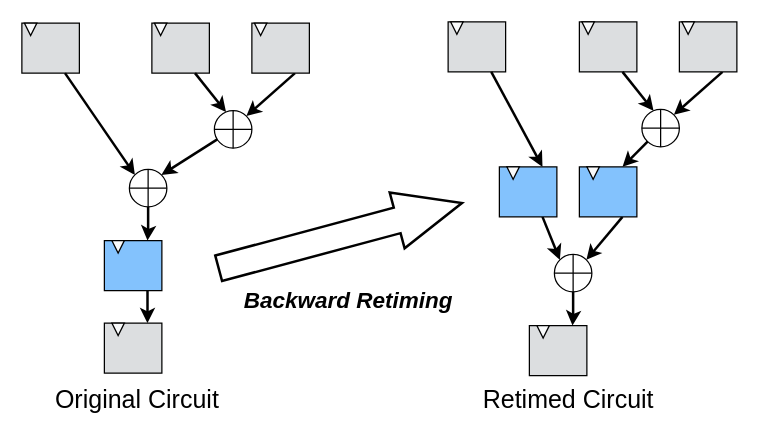
Before: backward.drawio in kxzhu0505/PhysRetime, a draw.io diagram. Source tidied: cells renumbered, new cells numbered last; positions are measured from the earlier drawing's top-left corner, leaving out a move shared by most shapes. Both pictures are drawn from the tidied source at 125%, with x=0, y=0 at pixel (22, 18).
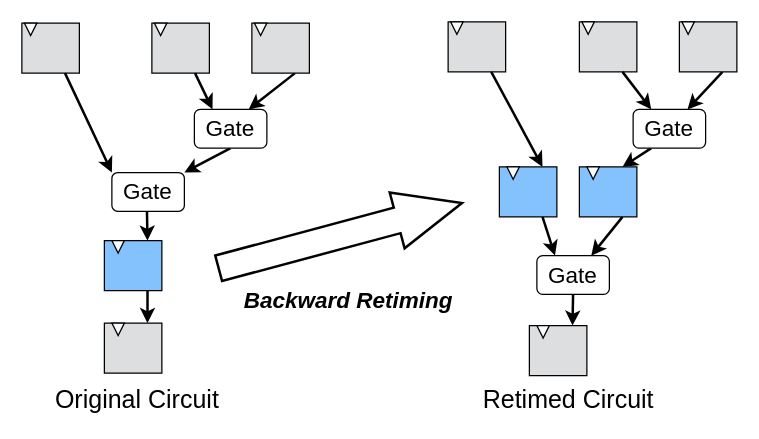
Above is the later version.

Unchanged cells that the change refers to:
```xml
<mxCell id="4" style="rounded=0;whiteSpace=wrap;html=1;fillColor=light-dark(#dcdee0, #121212);rotation=90;" parent="1" vertex="1">
  <mxGeometry x="186" y="1" width="40" height="46" as="geometry" />
</mxCell>
<mxCell id="6" style="rounded=0;whiteSpace=wrap;html=1;fillColor=light-dark(#dcdee0, #121212);rotation=90;" parent="1" vertex="1">
  <mxGeometry x="106" y="1" width="40" height="46" as="geometry" />
</mxCell>
<mxCell id="8" style="rounded=0;whiteSpace=wrap;html=1;fillColor=light-dark(#dcdee0, #121212);rotation=90;" parent="1" vertex="1">
  <mxGeometry x="2" y="1" width="40" height="46" as="geometry" />
</mxCell>
<mxCell id="17" style="rounded=0;whiteSpace=wrap;html=1;fillColor=light-dark(#83c2fd, #121212);rotation=90;" parent="1" vertex="1">
  <mxGeometry x="68" y="175" width="40" height="46" as="geometry" />
</mxCell>
<mxCell id="22" style="rounded=0;whiteSpace=wrap;html=1;fillColor=light-dark(#dcdee0, #121212);rotation=90;" parent="1" vertex="1">
  <mxGeometry x="528" width="40" height="46" as="geometry" />
</mxCell>
<mxCell id="24" style="rounded=0;whiteSpace=wrap;html=1;fillColor=light-dark(#dcdee0, #121212);rotation=90;" parent="1" vertex="1">
  <mxGeometry x="448" width="40" height="46" as="geometry" />
</mxCell>
<mxCell id="34" style="rounded=0;whiteSpace=wrap;html=1;fillColor=light-dark(#dcdee0, #121212);rotation=90;" parent="1" vertex="1">
  <mxGeometry x="408" y="243" width="40" height="46" as="geometry" />
</mxCell>
<mxCell id="37" style="rounded=0;whiteSpace=wrap;html=1;fillColor=light-dark(#83c2fd, #121212);rotation=90;" parent="1" vertex="1">
  <mxGeometry x="448" y="116" width="40" height="46" as="geometry" />
</mxCell>
<mxCell id="40" style="rounded=0;whiteSpace=wrap;html=1;fillColor=light-dark(#83c2fd, #121212);rotation=90;" parent="1" vertex="1">
  <mxGeometry x="384" y="116" width="40" height="46" as="geometry" />
</mxCell>
```

What changed in the source:
```diff
@@
-    <mxCell id="3" style="rounded=0;jettySize=auto;html=1;exitX=1;exitY=0.25;exitDx=0;exitDy=0;entryX=0;entryY=0;entryDx=0;entryDy=0;strokeWidth=2;" parent="1" edge="1" source="4" target="11">
+    <mxCell id="3" style="rounded=0;jettySize=auto;html=1;exitX=1;exitY=0.25;exitDx=0;exitDy=0;entryX=0.75;entryY=0;entryDx=0;entryDy=0;strokeWidth=2;" parent="1" edge="1" source="4" target="46">
       <mxGeometry relative="1" as="geometry" />
     </mxCell>
@@
-    <mxCell id="10" style="rounded=0;jettySize=auto;html=1;entryX=0;entryY=0;entryDx=0;entryDy=0;strokeWidth=2;" parent="1" edge="1" source="11" target="14">
+    <mxCell id="10" style="rounded=0;jettySize=auto;html=1;entryX=1;entryY=0;entryDx=0;entryDy=0;strokeWidth=2;exitX=0.5;exitY=1;exitDx=0;exitDy=0;" parent="1" edge="1" source="46" target="45">
       <mxGeometry relative="1" as="geometry" />
     </mxCell>
-    <mxCell id="11" style="shape=orEllipse;perimeter=ellipsePerimeter;whiteSpace=wrap;html=1;backgroundOutline=1;rotation=90;" parent="1" vertex="1">
-      <mxGeometry x="153" y="74" width="30" height="30" as="geometry" />
-    </mxCell>
-    <mxCell id="12" style="rounded=0;jettySize=auto;html=1;exitX=1;exitY=0.25;exitDx=0;exitDy=0;entryX=0.037;entryY=0.689;entryDx=0;entryDy=0;entryPerimeter=0;strokeWidth=2;" parent="1" edge="1" source="6" target="11">
+    <mxCell id="12" style="rounded=0;jettySize=auto;html=1;exitX=1;exitY=0.25;exitDx=0;exitDy=0;entryX=0.25;entryY=0;entryDx=0;entryDy=0;strokeWidth=2;" parent="1" edge="1" source="6" target="46">
       <mxGeometry relative="1" as="geometry" />
     </mxCell>
-    <mxCell id="13" style="edgeStyle=orthogonalEdgeStyle;rounded=0;jettySize=auto;html=1;entryX=0;entryY=0.25;entryDx=0;entryDy=0;strokeWidth=2;" parent="1" edge="1" source="14" target="17">
-      <mxGeometry relative="1" as="geometry" />
+    <mxCell id="13" style="edgeStyle=orthogonalEdgeStyle;rounded=0;jettySize=auto;html=1;entryX=0;entryY=0.25;entryDx=0;entryDy=0;strokeWidth=2;" parent="1" edge="1" target="17">
+      <mxGeometry relative="1" as="geometry">
+        <mxPoint x="99" y="151" as="sourcePoint" />
+      </mxGeometry>
     </mxCell>
-    <mxCell id="14" style="shape=orEllipse;perimeter=ellipsePerimeter;whiteSpace=wrap;html=1;backgroundOutline=1;rotation=90;" parent="1" vertex="1">
-      <mxGeometry x="85" y="121" width="30" height="30" as="geometry" />
-    </mxCell>
-    <mxCell id="15" style="rounded=0;jettySize=auto;html=1;exitX=1;exitY=0.25;exitDx=0;exitDy=0;entryX=0;entryY=1;entryDx=0;entryDy=0;strokeWidth=2;" parent="1" edge="1" source="8" target="14">
+    <mxCell id="15" style="rounded=0;jettySize=auto;html=1;exitX=1;exitY=0.25;exitDx=0;exitDy=0;entryX=0;entryY=0;entryDx=0;entryDy=0;strokeWidth=2;" parent="1" edge="1" source="8" target="45">
       <mxGeometry relative="1" as="geometry" />
     </mxCell>
@@
-    <mxCell id="21" style="rounded=0;jettySize=auto;html=1;exitX=1;exitY=0.25;exitDx=0;exitDy=0;entryX=0;entryY=0;entryDx=0;entryDy=0;strokeWidth=2;" parent="1" edge="1" source="22" target="29">
+    <mxCell id="21" style="rounded=0;jettySize=auto;html=1;exitX=1;exitY=0.25;exitDx=0;exitDy=0;entryX=0.75;entryY=0;entryDx=0;entryDy=0;strokeWidth=2;" parent="1" edge="1" source="22" target="47">
       <mxGeometry relative="1" as="geometry" />
     </mxCell>
@@
-    <mxCell id="28" style="rounded=0;jettySize=auto;html=1;entryX=0;entryY=0.25;entryDx=0;entryDy=0;strokeWidth=2;" parent="1" edge="1" source="29" target="37">
+    <mxCell id="28" style="rounded=0;jettySize=auto;html=1;entryX=0;entryY=0.25;entryDx=0;entryDy=0;strokeWidth=2;exitX=0.25;exitY=1;exitDx=0;exitDy=0;" parent="1" edge="1" source="47" target="37">
       <mxGeometry relative="1" as="geometry" />
     </mxCell>
-    <mxCell id="29" style="shape=orEllipse;perimeter=ellipsePerimeter;whiteSpace=wrap;html=1;backgroundOutline=1;rotation=90;" parent="1" vertex="1">
-      <mxGeometry x="495" y="73" width="30" height="30" as="geometry" />
-    </mxCell>
-    <mxCell id="30" style="rounded=0;jettySize=auto;html=1;exitX=1;exitY=0.25;exitDx=0;exitDy=0;entryX=0.037;entryY=0.689;entryDx=0;entryDy=0;entryPerimeter=0;strokeWidth=2;" parent="1" edge="1" source="24" target="29">
+    <mxCell id="30" style="rounded=0;jettySize=auto;html=1;exitX=1;exitY=0.25;exitDx=0;exitDy=0;entryX=0.25;entryY=0;entryDx=0;entryDy=0;strokeWidth=2;" parent="1" edge="1" source="24" target="47">
       <mxGeometry relative="1" as="geometry" />
     </mxCell>
-    <mxCell id="31" style="edgeStyle=orthogonalEdgeStyle;rounded=0;jettySize=auto;html=1;entryX=0;entryY=0.25;entryDx=0;entryDy=0;strokeWidth=2;" parent="1" edge="1" source="32" target="34">
-      <mxGeometry relative="1" as="geometry" />
+    <mxCell id="31" style="edgeStyle=orthogonalEdgeStyle;rounded=0;jettySize=auto;html=1;entryX=0;entryY=0.25;entryDx=0;entryDy=0;strokeWidth=2;" parent="1" edge="1" target="34">
+      <mxGeometry relative="1" as="geometry">
+        <mxPoint x="440" y="219" as="sourcePoint" />
+      </mxGeometry>
     </mxCell>
-    <mxCell id="32" style="shape=orEllipse;perimeter=ellipsePerimeter;whiteSpace=wrap;html=1;backgroundOutline=1;rotation=90;" parent="1" vertex="1">
-      <mxGeometry x="425" y="189" width="30" height="30" as="geometry" />
-    </mxCell>
@@
-    <mxCell id="36" style="rounded=0;jettySize=auto;html=1;exitX=1;exitY=0.25;exitDx=0;exitDy=0;entryX=0;entryY=0;entryDx=0;entryDy=0;strokeWidth=2;" parent="1" edge="1" source="37" target="32">
+    <mxCell id="36" style="rounded=0;jettySize=auto;html=1;exitX=1;exitY=0.25;exitDx=0;exitDy=0;entryX=0.75;entryY=0;entryDx=0;entryDy=0;strokeWidth=2;" parent="1" edge="1" source="37" target="48">
       <mxGeometry relative="1" as="geometry" />
     </mxCell>
@@
-    <mxCell id="39" style="rounded=0;jettySize=auto;html=1;exitX=1;exitY=0.25;exitDx=0;exitDy=0;entryX=0;entryY=1;entryDx=0;entryDy=0;strokeWidth=2;" parent="1" edge="1" source="40" target="32">
+    <mxCell id="39" style="rounded=0;jettySize=auto;html=1;exitX=1;exitY=0.25;exitDx=0;exitDy=0;entryX=0.25;entryY=0;entryDx=0;entryDy=0;strokeWidth=2;" parent="1" edge="1" source="40" target="48">
       <mxGeometry relative="1" as="geometry" />
     </mxCell>
@@
+    <mxCell id="45" value="&lt;font style=&quot;font-size: 18px;&quot;&gt;Gate&lt;/font&gt;" style="rounded=1;whiteSpace=wrap;html=1;" parent="1" vertex="1">
+      <mxGeometry x="71" y="123.5" width="58" height="31" as="geometry" />
+    </mxCell>
+    <mxCell id="46" value="&lt;font style=&quot;font-size: 18px;&quot;&gt;Gate&lt;/font&gt;" style="rounded=1;whiteSpace=wrap;html=1;" parent="1" vertex="1">
+      <mxGeometry x="137" y="73" width="58" height="31" as="geometry" />
+    </mxCell>
+    <mxCell id="47" value="&lt;font style=&quot;font-size: 18px;&quot;&gt;Gate&lt;/font&gt;" style="rounded=1;whiteSpace=wrap;html=1;" parent="1" vertex="1">
+      <mxGeometry x="488" y="73" width="58" height="31" as="geometry" />
+    </mxCell>
+    <mxCell id="48" value="&lt;font style=&quot;font-size: 18px;&quot;&gt;Gate&lt;/font&gt;" style="rounded=1;whiteSpace=wrap;html=1;" parent="1" vertex="1">
+      <mxGeometry x="411" y="190" width="58" height="31" as="geometry" />
+    </mxCell>
```
